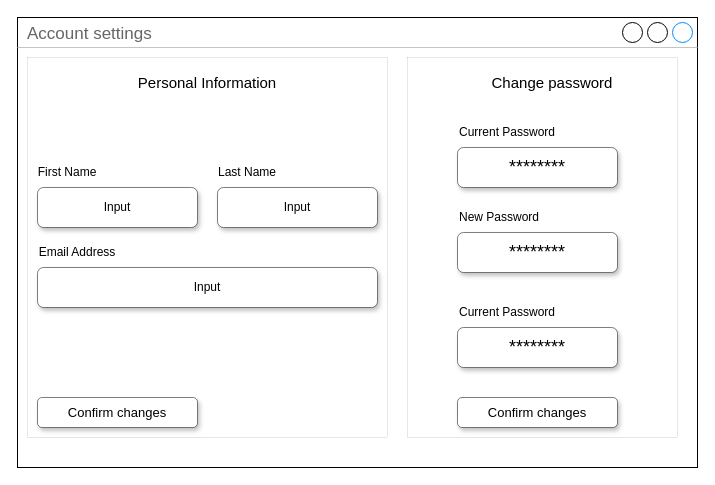
Earlier version of the draw.io diagram page "Strona-2" (2 of 2) of Project_Homework/CFG JobFlow Diagram.drawio (irina-sheveliova/CFG-Job-tracker). Source tidied: cells renumbered, new cells numbered last; positions are measured from the earlier drawing's top-left corner, leaving out a move shared by most shapes. Both pictures are drawn from the tidied source at 100%, with x=0, y=0 at pixel (17, 17).
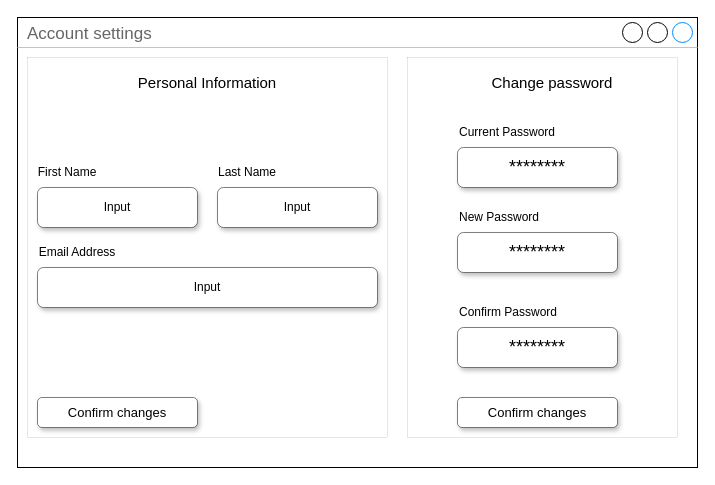
After the change.

Change to the diagram source:
```diff
@@
-    <mxCell id="18" value="Current Password" style="text;html=1;strokeColor=none;fillColor=none;align=center;verticalAlign=middle;whiteSpace=wrap;rounded=0;" parent="1" vertex="1">
-      <mxGeometry x="440" y="280" width="100" height="30" as="geometry" />
+    <mxCell id="18" value="Confirm Password" style="text;html=1;strokeColor=none;fillColor=none;align=left;verticalAlign=middle;whiteSpace=wrap;rounded=0;" parent="1" vertex="1">
+      <mxGeometry x="440" y="280" width="120" height="30" as="geometry" />
     </mxCell>
```
